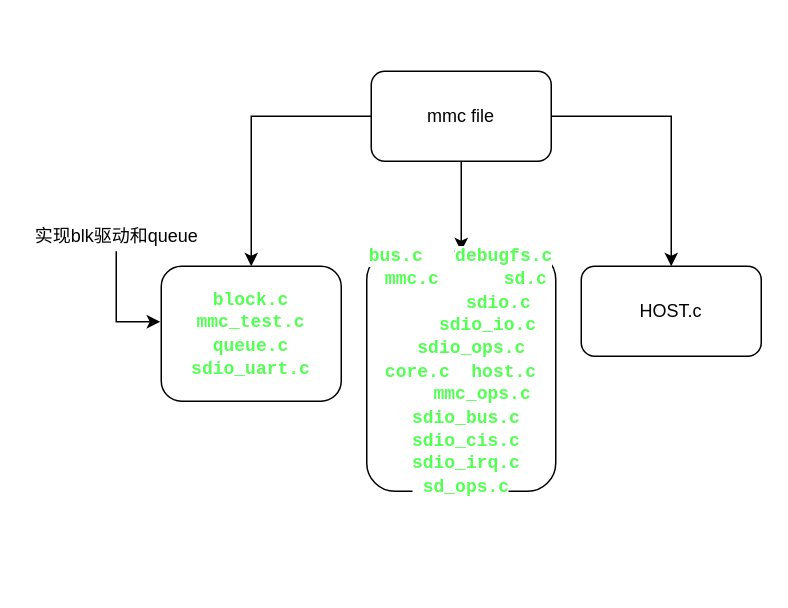
The draw.io diagram mmc/docs/all.drawio in NorthWardTop/Linux-driver, before the edit. Source tidied: cells renumbered, new cells numbered last; positions are measured from the earlier drawing's top-left corner, leaving out a move shared by most shapes. Both pictures are drawn from the tidied source at 150%, with x=0, y=0 at pixel (26, 70).
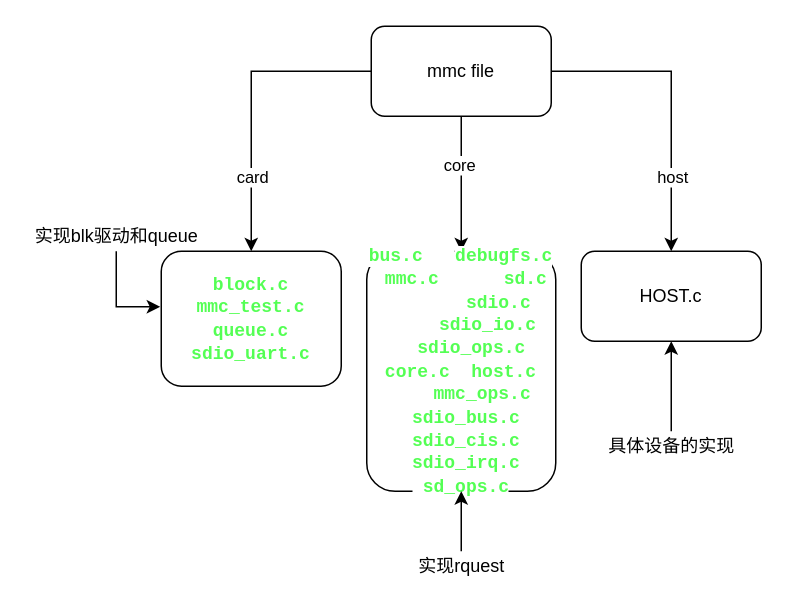
Above is the later version.

Commit message (it also covers changes not shown here):
all: file structure card: card part flow(Not end)

The change refers to these unchanged cells:
```xml
<mxCell id="2" style="edgeStyle=orthogonalEdgeStyle;rounded=0;jettySize=auto;html=1;" parent="1" edge="1" source="5" target="6">
  <mxGeometry relative="1" as="geometry" />
</mxCell>
<mxCell id="4" style="edgeStyle=orthogonalEdgeStyle;rounded=0;jettySize=auto;html=1;entryX=0.5;entryY=0;entryDx=0;entryDy=0;" parent="1" edge="1" source="5" target="8">
  <mxGeometry relative="1" as="geometry" />
</mxCell>
<mxCell id="7" value="&lt;span style=&quot;font-family: monospace&quot;&gt;&lt;span style=&quot;font-weight: bold ; color: #54ff54 ; background-color: #ffffff&quot;&gt;bus.c&lt;/span&gt;&lt;span style=&quot;color: #000000 ; background-color: #ffffff&quot;&gt; &amp;nbsp;&amp;nbsp;&lt;/span&gt;&lt;span style=&quot;font-weight: bold ; color: #54ff54 ; background-color: #ffffff&quot;&gt;debugfs.c&lt;/span&gt;&lt;span style=&quot;color: #000000 ; background-color: #ffffff&quot;&gt; &amp;nbsp;&lt;/span&gt;&lt;span style=&quot;font-weight: bold ; color: #54ff54 ; background-color: #ffffff&quot;&gt;mmc.c&lt;/span&gt;&lt;span style=&quot;color: #000000 ; background-color: #ffffff&quot;&gt; &amp;nbsp;&amp;nbsp;&amp;nbsp;&amp;nbsp;&amp;nbsp;&lt;/span&gt;&lt;span style=&quot;font-weight: bold ; color: #54ff54 ; background-color: #ffffff&quot;&gt;sd.c&lt;/span&gt;&lt;span style=&quot;color: #000000 ; background-color: #ffffff&quot;&gt; &amp;nbsp;&amp;nbsp;&amp;nbsp;&amp;nbsp;&amp;nbsp;&amp;nbsp;&amp;nbsp;&lt;/span&gt;&lt;span style=&quot;font-weight: bold ; color: #54ff54 ; background-color: #ffffff&quot;&gt;sdio.c&lt;/span&gt;&lt;span style=&quot;color: #000000 ; background-color: #ffffff&quot;&gt; &amp;nbsp;&amp;nbsp;&amp;nbsp;&amp;nbsp;&amp;nbsp;&lt;/span&gt;&lt;span style=&quot;font-weight: bold ; color: #54ff54 ; background-color: #ffffff&quot;&gt;sdio_io.c&lt;/span&gt;&lt;span style=&quot;color: #000000 ; background-color: #ffffff&quot;&gt; &amp;nbsp;&amp;nbsp;&lt;/span&gt;&lt;span style=&quot;font-weight: bold ; color: #54ff54 ; background-color: #ffffff&quot;&gt;sdio_ops.c&lt;/span&gt;&lt;br&gt;&lt;span style=&quot;font-weight: bold ; color: #54ff54 ; background-color: #ffffff&quot;&gt;core.c&lt;/span&gt;&lt;span style=&quot;color: #000000 ; background-color: #ffffff&quot;&gt; &amp;nbsp;&lt;/span&gt;&lt;span style=&quot;font-weight: bold ; color: #54ff54 ; background-color: #ffffff&quot;&gt;host.c&lt;/span&gt;&lt;span style=&quot;color: #000000 ; background-color: #ffffff&quot;&gt; &amp;nbsp;&amp;nbsp;&amp;nbsp;&amp;nbsp;&lt;/span&gt;&lt;span style=&quot;font-weight: bold ; color: #54ff54 ; background-color: #ffffff&quot;&gt;mmc_ops.c&lt;/span&gt;&lt;span style=&quot;color: #000000 ; background-color: #ffffff&quot;&gt; &amp;nbsp;&lt;/span&gt;&lt;span style=&quot;font-weight: bold ; color: #54ff54 ; background-color: #ffffff&quot;&gt;sdio_bus.c&lt;/span&gt;&lt;span style=&quot;color: #000000 ; background-color: #ffffff&quot;&gt; &amp;nbsp;&lt;/span&gt;&lt;span style=&quot;font-weight: bold ; color: #54ff54 ; background-color: #ffffff&quot;&gt;sdio_cis.c&lt;/span&gt;&lt;span style=&quot;color: #000000 ; background-color: #ffffff&quot;&gt; &amp;nbsp;&lt;/span&gt;&lt;span style=&quot;font-weight: bold ; color: #54ff54 ; background-color: #ffffff&quot;&gt;sdio_irq.c&lt;/span&gt;&lt;span style=&quot;color: #000000 ; background-color: #ffffff&quot;&gt; &amp;nbsp;&lt;/span&gt;&lt;span style=&quot;font-weight: bold ; color: #54ff54 ; background-color: #ffffff&quot;&gt;sd_ops.c&lt;/span&gt;&lt;br&gt;&lt;/span&gt;" style="rounded=1;whiteSpace=wrap;html=1;" parent="1" vertex="1">
  <mxGeometry x="227" y="120" width="126" height="160" as="geometry" />
</mxCell>
```

Change to the diagram source:
```diff
@@
+    <mxCell id="11" value="card" style="edgeLabel;html=1;align=center;verticalAlign=middle;" parent="2" vertex="1">
+      <mxGeometry x="-0.08" y="32" relative="1" as="geometry">
+        <mxPoint x="-32" y="58.3" as="offset" />
+      </mxGeometry>
+    </mxCell>
     <mxCell id="3" style="edgeStyle=orthogonalEdgeStyle;rounded=0;jettySize=auto;html=1;" parent="1" edge="1" source="5" target="7">
-      <mxGeometry relative="1" as="geometry" />
+      <mxGeometry relative="1" as="geometry">
+        <Array as="points">
+          <mxPoint x="290" y="80" />
+          <mxPoint x="290" y="80" />
+        </Array>
+      </mxGeometry>
     </mxCell>
+    <mxCell id="12" value="core" style="edgeLabel;html=1;align=center;verticalAlign=middle;" parent="3" vertex="1">
+      <mxGeometry x="0.11" y="-18" relative="1" as="geometry">
+        <mxPoint x="16" y="-18" as="offset" />
+      </mxGeometry>
+    </mxCell>
@@
+    <mxCell id="13" value="host" style="edgeLabel;html=1;align=center;verticalAlign=middle;" parent="4" vertex="1">
+      <mxGeometry x="0.61" y="-2" relative="1" as="geometry">
+        <mxPoint x="2" y="-10.8" as="offset" />
+      </mxGeometry>
+    </mxCell>
     <mxCell id="5" value="mmc file" style="rounded=1;whiteSpace=wrap;html=1;" parent="1" vertex="1">
-      <mxGeometry x="230" width="120" height="60" as="geometry" />
+      <mxGeometry x="230" y="-30" width="120" height="60" as="geometry" />
     </mxCell>
     <mxCell id="6" value="&lt;span style=&quot;font-family: monospace&quot;&gt;&lt;span style=&quot;font-weight: bold ; color: #54ff54 ; background-color: #ffffff&quot;&gt;block.c&lt;br&gt;&lt;/span&gt;&lt;/span&gt;&lt;span style=&quot;font-family: monospace&quot;&gt;&lt;span style=&quot;font-weight: bold ; color: #54ff54 ; background-color: #ffffff&quot;&gt;mmc_test.c&lt;br&gt;&lt;/span&gt;&lt;/span&gt;&lt;span style=&quot;font-family: monospace&quot;&gt;&lt;span style=&quot;font-weight: bold ; color: #54ff54 ; background-color: #ffffff&quot;&gt;queue.c&lt;br&gt;&lt;/span&gt;&lt;/span&gt;&lt;span style=&quot;font-family: monospace&quot;&gt;&lt;span style=&quot;font-weight: bold ; color: #54ff54 ; background-color: #ffffff&quot;&gt;sdio_uart.c&lt;/span&gt;&lt;br&gt;&lt;/span&gt;" style="rounded=1;whiteSpace=wrap;html=1;" parent="1" vertex="1">
-      <mxGeometry x="90" y="130" width="120" height="90" as="geometry" />
+      <mxGeometry x="90" y="120" width="120" height="90" as="geometry" />
     </mxCell>
@@
     <mxCell id="8" value="HOST.c" style="rounded=1;whiteSpace=wrap;html=1;" parent="1" vertex="1">
-      <mxGeometry x="370" y="130" width="120" height="60" as="geometry" />
+      <mxGeometry x="370" y="120" width="120" height="60" as="geometry" />
     </mxCell>
@@
+    <mxCell id="14" style="edgeStyle=orthogonalEdgeStyle;rounded=0;jettySize=auto;html=1;" parent="1" edge="1" source="15" target="7">
+      <mxGeometry relative="1" as="geometry" />
+    </mxCell>
+    <mxCell id="15" value="实现rquest" style="text;html=1;align=center;verticalAlign=middle;points=[];" parent="1" vertex="1">
+      <mxGeometry x="255" y="320" width="70" height="20" as="geometry" />
+    </mxCell>
+    <mxCell id="16" style="edgeStyle=orthogonalEdgeStyle;rounded=0;jettySize=auto;html=1;" parent="1" edge="1" source="17" target="8">
+      <mxGeometry relative="1" as="geometry" />
+    </mxCell>
+    <mxCell id="17" value="具体设备的实现" style="text;html=1;align=center;verticalAlign=middle;points=[];" parent="1" vertex="1">
+      <mxGeometry x="380" y="240" width="100" height="20" as="geometry" />
+    </mxCell>
```
